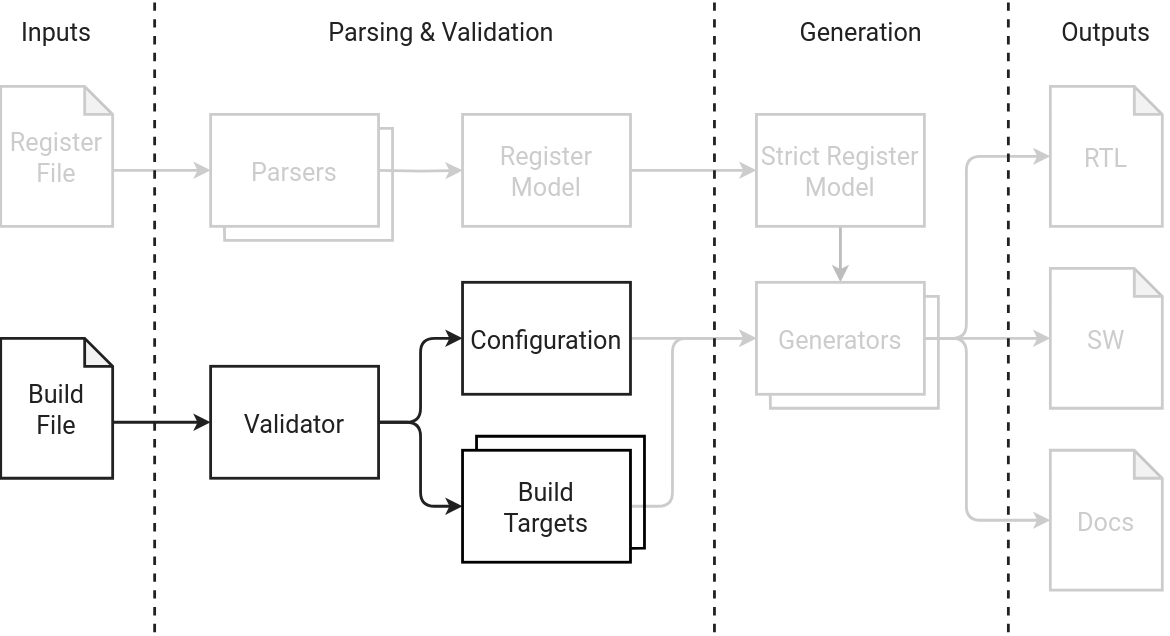
Before: docs/assets/images/flow-build-specification.drawio.svg, a diagram exported from draw.io (esynr3z/corsair). Source tidied: cells renumbered, new cells last; positions are measured from the earlier drawing's top-left corner, leaving out a move shared by most shapes.
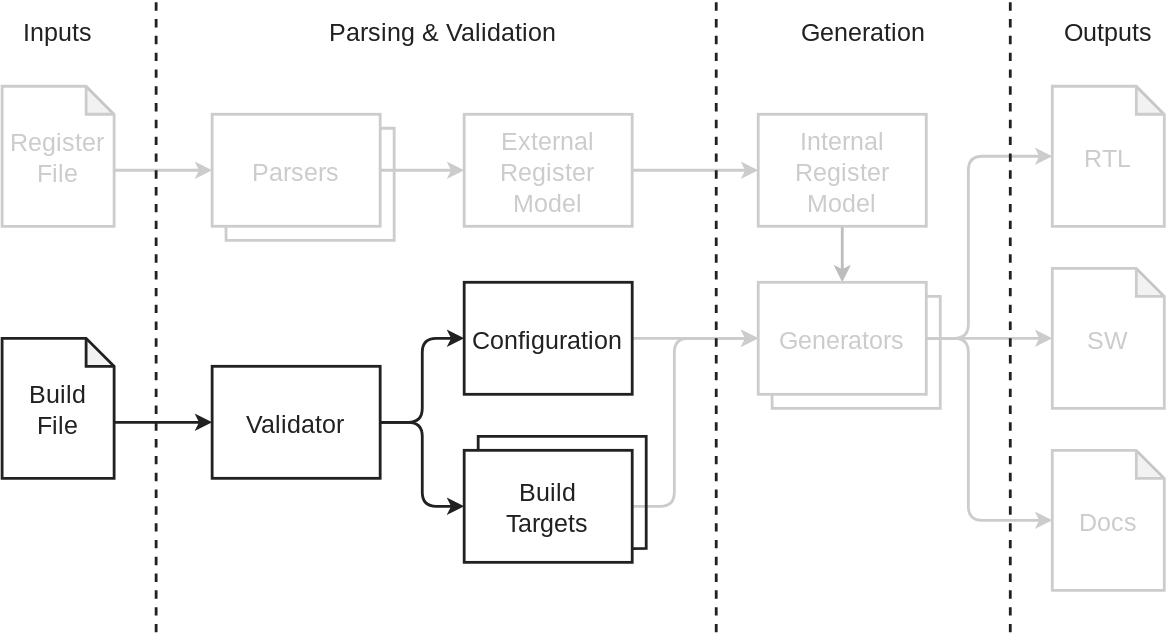
Later version of the same file.

Commit message:
docs: update register model naming

Diff of the diagram source:
```diff
@@ -19,13 +19,13 @@
     <mxCell id="6" style="edgeStyle=orthogonalEdgeStyle;rounded=1;jettySize=auto;exitX=1;exitY=0.5;exitDx=0;exitDy=0;entryX=0;entryY=0.5;entryDx=0;entryDy=0;shadow=0;strokeColor=#CCCCCC;strokeWidth=2;align=center;verticalAlign=middle;fontFamily=Roboto;fontSize=18;fontColor=#212121;fontStyle=0;fillColor=none;fontSource=https%3A%2F%2Ffonts.googleapis.com%2Fcss%3Ffamily%3DRoboto;textShadow=0;" parent="1" edge="1" source="7" target="9">
       <mxGeometry relative="1" as="geometry" />
     </mxCell>
-    <mxCell id="7" value="Register&#10;Model" style="rounded=1;shadow=0;strokeColor=#CCCCCC;strokeWidth=2;align=center;verticalAlign=middle;fontFamily=Roboto;fontSize=18;fontColor=#CCCCCC;fontStyle=0;fillColor=none;arcSize=0;fontSource=https%3A%2F%2Ffonts.googleapis.com%2Fcss%3Ffamily%3DRoboto;textShadow=0;" parent="1" vertex="1">
+    <mxCell id="7" value="External&#10;Register&#10;Model" style="rounded=1;shadow=0;strokeColor=#CCCCCC;strokeWidth=2;align=center;verticalAlign=middle;fontFamily=Roboto;fontSize=18;fontColor=#CCCCCC;fontStyle=0;fillColor=none;arcSize=0;fontSource=https%3A%2F%2Ffonts.googleapis.com%2Fcss%3Ffamily%3DRoboto;textShadow=0;" parent="1" vertex="1">
       <mxGeometry x="330" y="80" width="120" height="80" as="geometry" />
     </mxCell>
     <mxCell id="8" style="edgeStyle=orthogonalEdgeStyle;rounded=1;jettySize=auto;exitX=0.5;exitY=1;exitDx=0;exitDy=0;entryX=0.5;entryY=0;entryDx=0;entryDy=0;shadow=0;strokeColor=#BDBDBD;strokeWidth=2;align=center;verticalAlign=middle;fontFamily=Roboto;fontSize=18;fontColor=#212121;fontStyle=0;fillColor=none;fontSource=https%3A%2F%2Ffonts.googleapis.com%2Fcss%3Ffamily%3DRoboto;textShadow=0;" parent="1" edge="1" source="9" target="34">
       <mxGeometry relative="1" as="geometry" />
     </mxCell>
-    <mxCell id="9" value="Strict Register&#10;Model" style="rounded=1;shadow=0;strokeColor=#CCCCCC;strokeWidth=2;align=center;verticalAlign=middle;fontFamily=Roboto;fontSize=18;fontColor=#CCCCCC;fontStyle=0;fillColor=none;arcSize=0;fontSource=https%3A%2F%2Ffonts.googleapis.com%2Fcss%3Ffamily%3DRoboto;textShadow=0;" parent="1" vertex="1">
+    <mxCell id="9" value="Internal&#10;Register&#10;Model" style="rounded=1;shadow=0;strokeColor=#CCCCCC;strokeWidth=2;align=center;verticalAlign=middle;fontFamily=Roboto;fontSize=18;fontColor=#CCCCCC;fontStyle=0;fillColor=none;arcSize=0;fontSource=https%3A%2F%2Ffonts.googleapis.com%2Fcss%3Ffamily%3DRoboto;textShadow=0;" parent="1" vertex="1">
       <mxGeometry x="540" y="80" width="120" height="80" as="geometry" />
     </mxCell>
     <mxCell id="10" style="edgeStyle=orthogonalEdgeStyle;rounded=1;jettySize=auto;exitX=1;exitY=0.5;exitDx=0;exitDy=0;entryX=0;entryY=0.5;entryDx=0;entryDy=0;shadow=0;strokeColor=#212121;strokeWidth=2;align=center;verticalAlign=middle;fontFamily=Roboto;fontSize=18;fontColor=#212121;fontStyle=0;fillColor=none;fontSource=https%3A%2F%2Ffonts.googleapis.com%2Fcss%3Ffamily%3DRoboto;textShadow=0;" parent="1" edge="1" source="12" target="17">
@@ -132,10 +132,10 @@
     <mxCell id="30" style="group;textShadow=0;shadow=0;rounded=0;strokeColor=none;strokeWidth=2;align=center;verticalAlign=middle;fontFamily=Roboto;fontSource=https%3A%2F%2Ffonts.googleapis.com%2Fcss%3Ffamily%3DRoboto;fontSize=18;fontColor=#212121;fontStyle=0;fillColor=none;" parent="1" vertex="1">
       <mxGeometry x="330" y="310" width="130" height="90" as="geometry" />
     </mxCell>
-    <mxCell id="31" value="Build&#10;Targets" style="rounded=1;shadow=0;strokeColor=currentColor;strokeWidth=2;align=center;verticalAlign=middle;fontFamily=Roboto;fontSize=18;fontColor=#212121;fontStyle=0;fillColor=none;arcSize=0;fontSource=https%3A%2F%2Ffonts.googleapis.com%2Fcss%3Ffamily%3DRoboto;textShadow=0;" parent="30" vertex="1">
+    <mxCell id="31" value="Build&#10;Targets" style="rounded=1;shadow=0;strokeColor=#212121;strokeWidth=2;align=center;verticalAlign=middle;fontFamily=Roboto;fontSize=18;fontColor=#212121;fontStyle=0;fillColor=none;arcSize=0;fontSource=https%3A%2F%2Ffonts.googleapis.com%2Fcss%3Ffamily%3DRoboto;textShadow=0;" parent="30" vertex="1">
       <mxGeometry y="10" width="120" height="80" as="geometry" />
     </mxCell>
-    <mxCell id="32" style="endArrow=none;rounded=0;fontFamily=Roboto;fontSize=18;fontColor=#212121;fontStyle=0;strokeWidth=2;entryX=1.005;entryY=0.877;entryDx=0;entryDy=0;entryPerimeter=0;shadow=0;strokeColor=currentColor;align=center;verticalAlign=middle;fillColor=none;fontSource=https%3A%2F%2Ffonts.googleapis.com%2Fcss%3Ffamily%3DRoboto;textShadow=0;curved=0;" parent="30" edge="1" target="31">
+    <mxCell id="32" style="endArrow=none;rounded=0;fontFamily=Roboto;fontSize=18;fontColor=#212121;fontStyle=0;strokeWidth=2;entryX=1.005;entryY=0.877;entryDx=0;entryDy=0;entryPerimeter=0;shadow=0;strokeColor=#212121;align=center;verticalAlign=middle;fillColor=none;fontSource=https%3A%2F%2Ffonts.googleapis.com%2Fcss%3Ffamily%3DRoboto;textShadow=0;curved=0;" parent="30" edge="1" target="31">
       <mxGeometry relative="1" as="geometry">
         <mxPoint x="10" y="10" as="sourcePoint" />
         <Array as="points">
```
